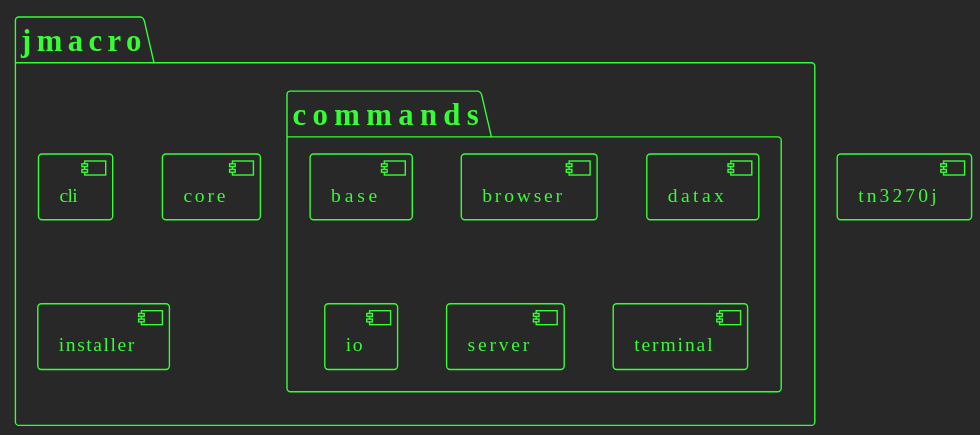
This is jmacro-docs/src/main/diagrams/svg/modules.svg from giflw/jmacro, a PlantUML export, as it was before one commit.
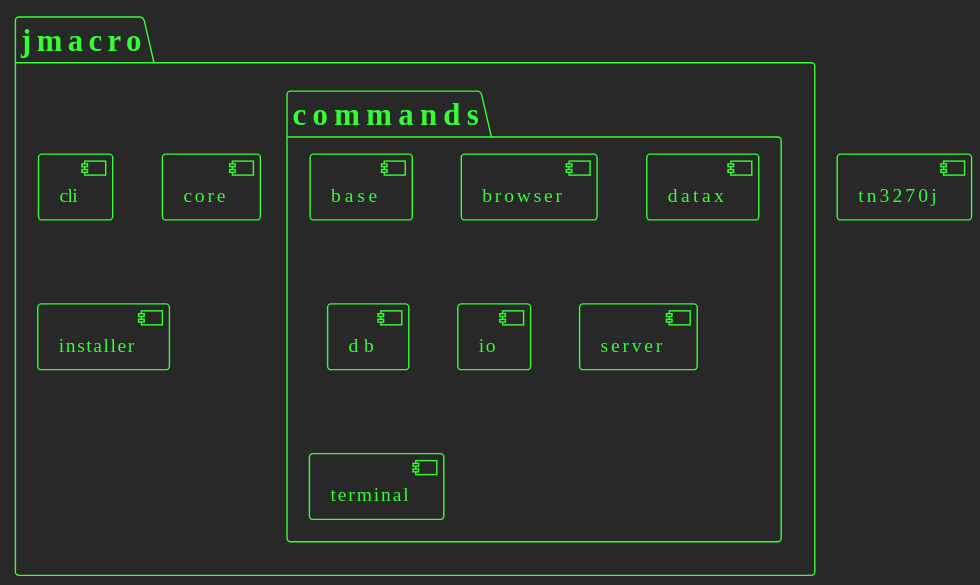
After the change.

What changed in the source:
```diff
@@ -7,6 +7,7 @@
             [base]
             [browser]
             [datax]
+            [db]
             [io]
             [server]
             [terminal]
```
